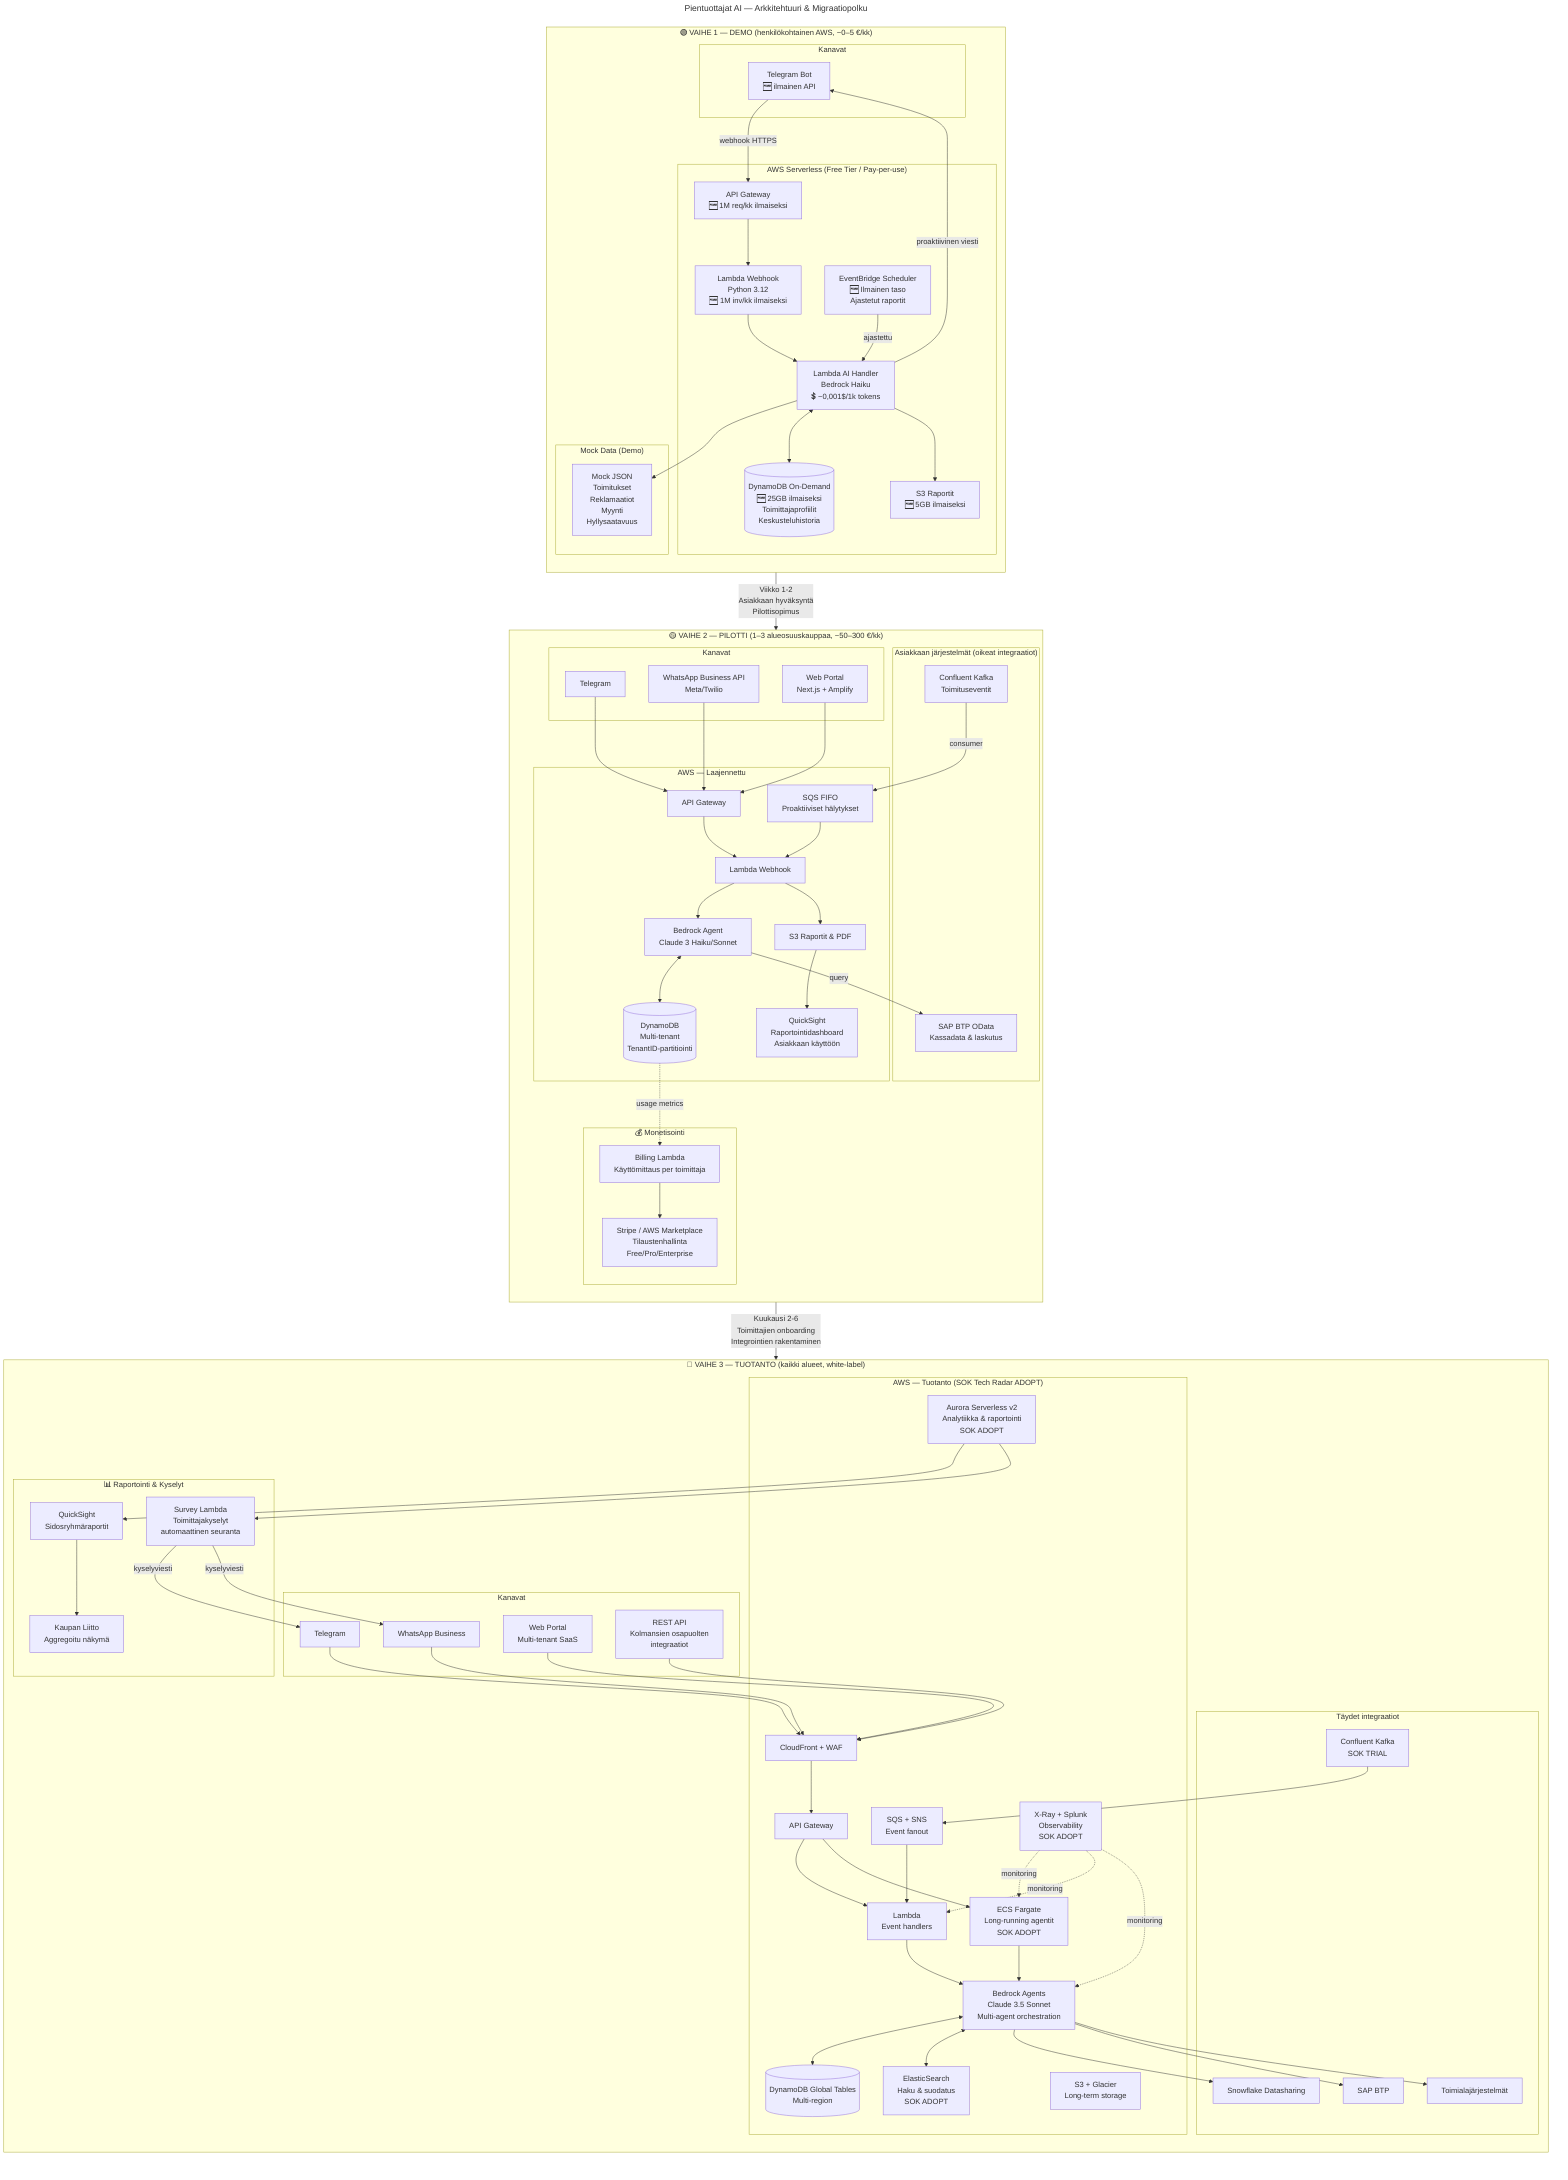
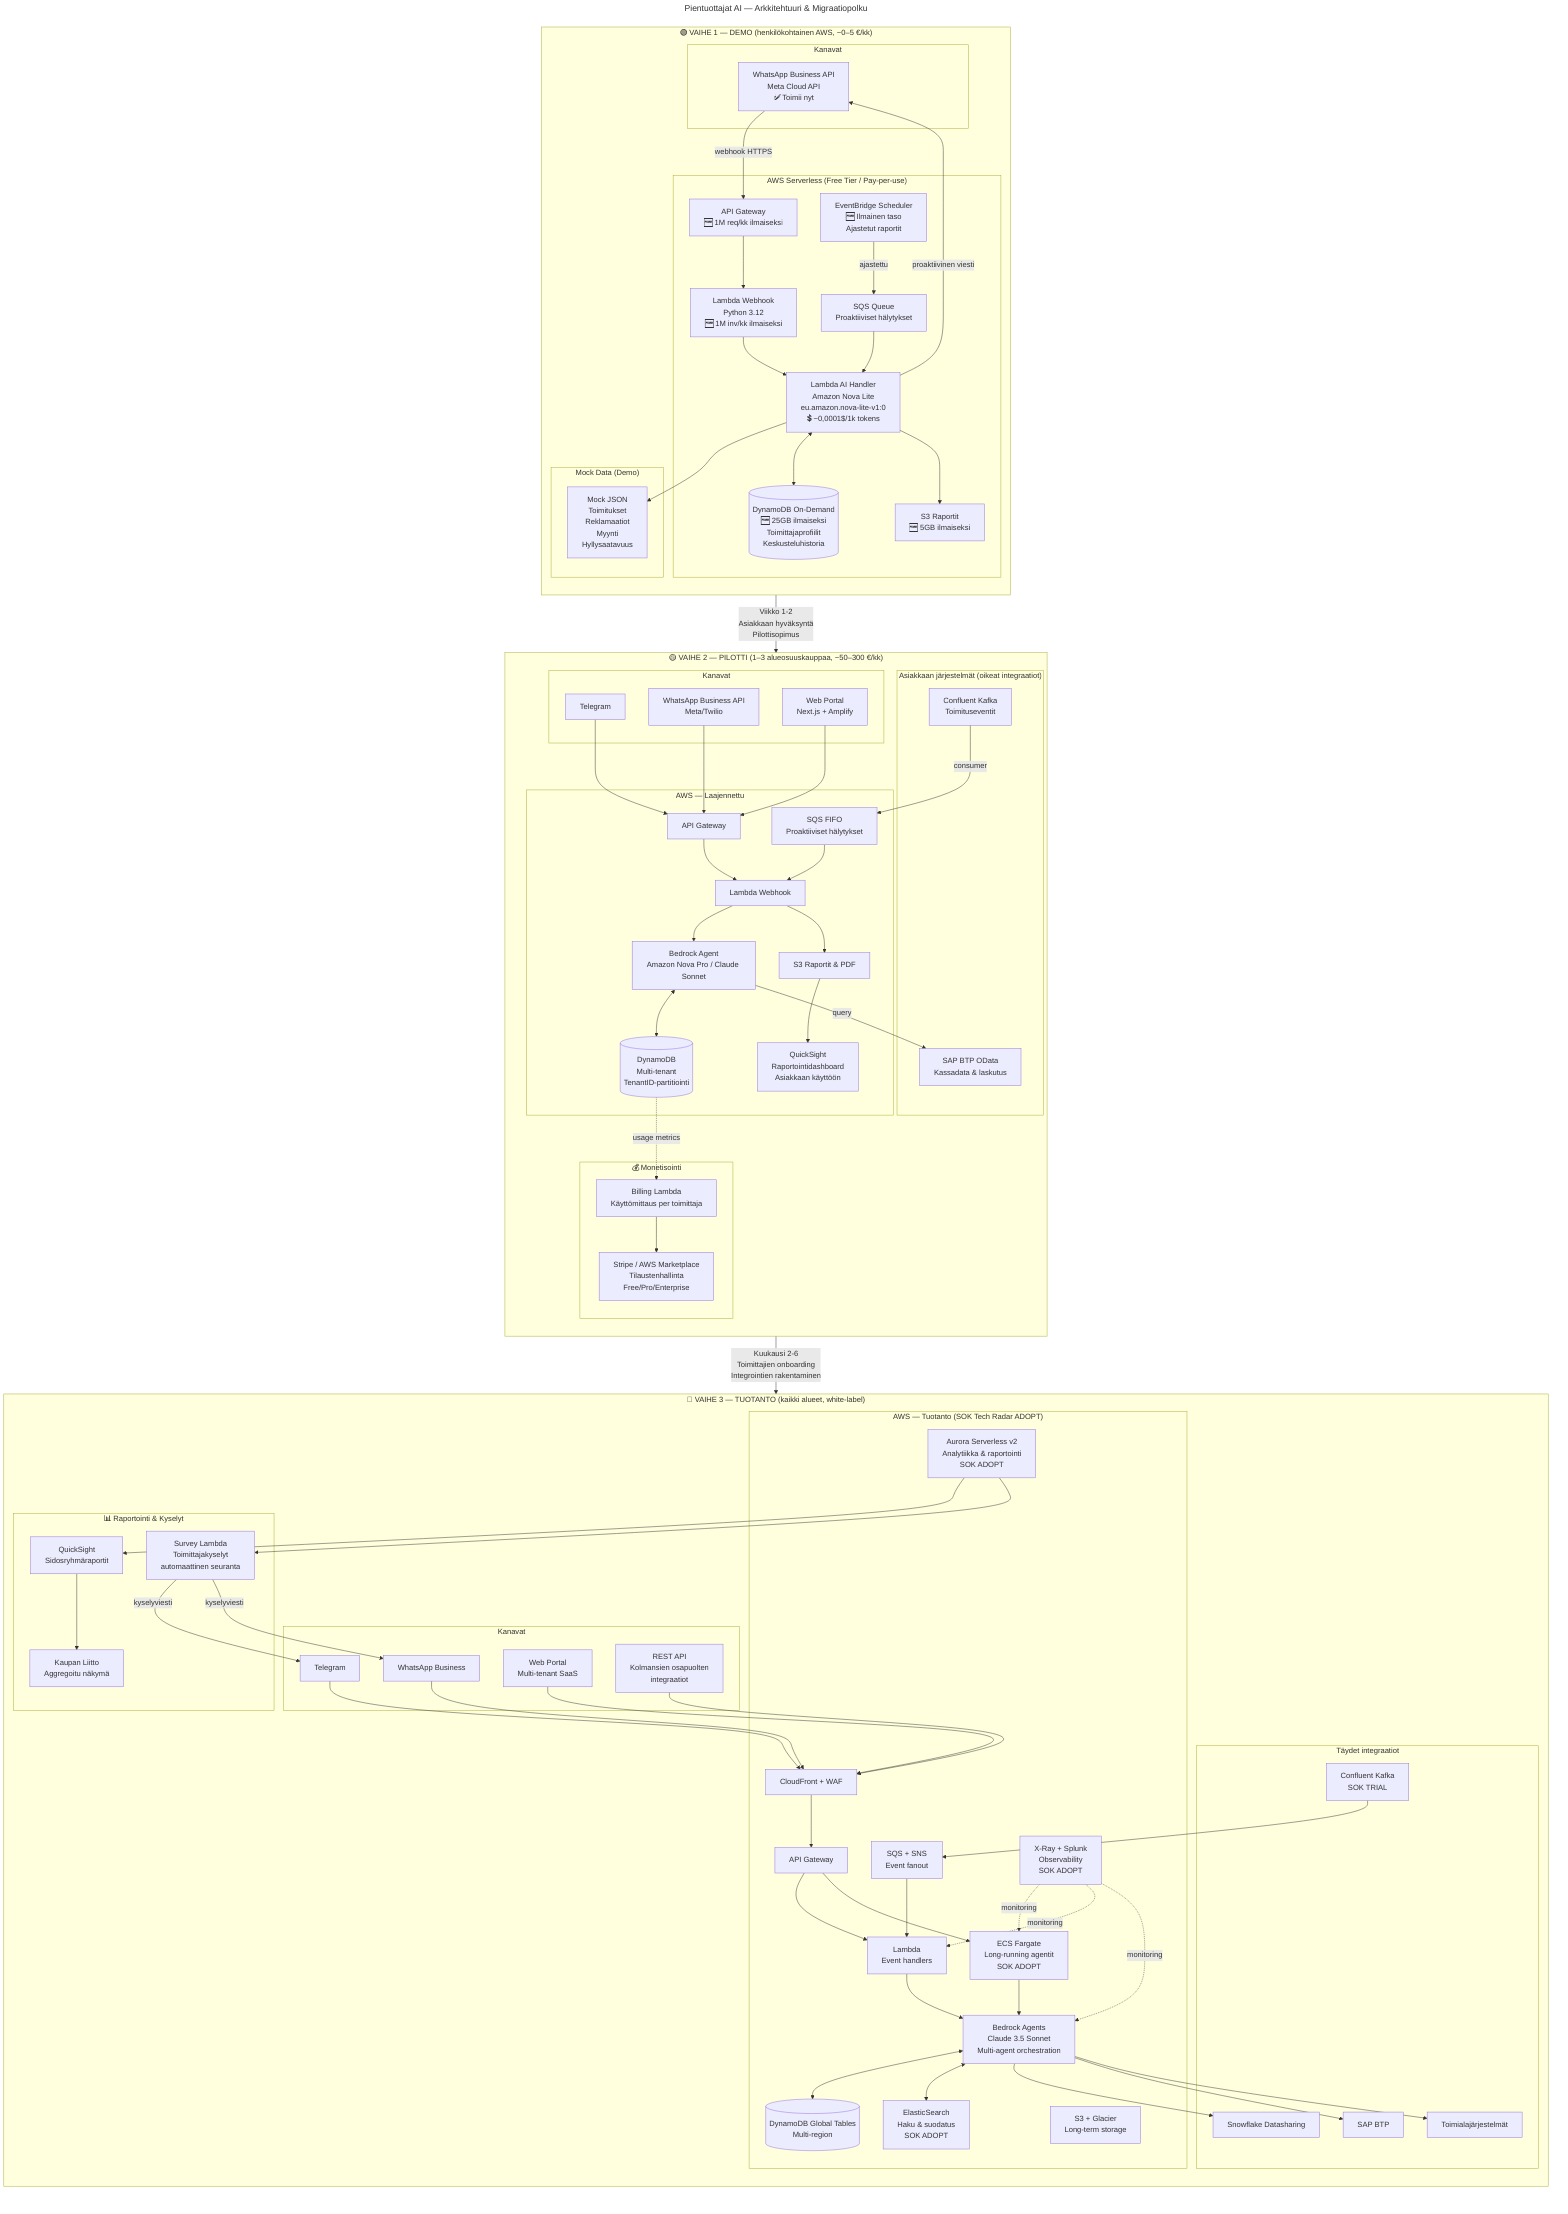
---
title: Pientuottajat AI — Arkkitehtuuri & Migraatiopolku
---
flowchart TB

    %% ══════════════════════════════════════════════════════════════
    %% VAIHE 1: DEMO (omat kustannukset ~0-5 €/kk)
    %% ══════════════════════════════════════════════════════════════
    subgraph DEMO["🟢 VAIHE 1 — DEMO  (henkilökohtainen AWS, ~0–5 €/kk)"]
        direction TB

        subgraph CH1["Kanavat"]
-             TG[Telegram Bot\n🆓 ilmainen API]
+             WA1[WhatsApp Business API\nMeta Cloud API\n✅ Toimii nyt]
        end

        subgraph AWS1["AWS Serverless (Free Tier / Pay-per-use)"]
            APIGW1[API Gateway\n🆓 1M req/kk ilmaiseksi]
            LBD1[Lambda Webhook\nPython 3.12\n🆓 1M inv/kk ilmaiseksi]
-             LBD_HAIKU[Lambda AI Handler\nBedrock Haiku\n💲 ~0,001$/1k tokens]
+             LBD_NOVA[Lambda AI Handler\nAmazon Nova Lite\neu.amazon.nova-lite-v1:0\n💲 ~0,0001$/1k tokens]
            DDB1[(DynamoDB On-Demand\n🆓 25GB ilmaiseksi\nToimittajaprofiilit\nKeskusteluhistoria)]
+             SQS1[SQS Queue\nProaktiiviset hälytykset]
            S3_1[S3 Raportit\n🆓 5GB ilmaiseksi]
            EVB[EventBridge Scheduler\n🆓 Ilmainen taso\nAjastetut raportit]
        end

        subgraph MOCK["Mock Data (Demo)"]
            MOCKDATA[Mock JSON\nToimitukset\nReklamaatiot\nMyynti\nHyllysaatavuus]
        end

-         TG -->|webhook HTTPS| APIGW1
+         WA1 -->|webhook HTTPS| APIGW1
        APIGW1 --> LBD1
-         LBD1 --> LBD_HAIKU
-         LBD_HAIKU <--> DDB1
-         LBD_HAIKU --> MOCKDATA
-         EVB -->|ajastettu| LBD_HAIKU
-         LBD_HAIKU --> S3_1
-         LBD_HAIKU -->|proaktiivinen viesti| TG
+         LBD1 --> LBD_NOVA
+         LBD_NOVA <--> DDB1
+         LBD_NOVA --> MOCKDATA
+         EVB -->|ajastettu| SQS1 --> LBD_NOVA
+         LBD_NOVA --> S3_1
+         LBD_NOVA -->|proaktiivinen viesti| WA1
    end

    %% ══════════════════════════════════════════════════════════════
    %% VAIHE 2: PILOTTI (asiakaslaskutus alkaa, ~50-300 €/kk)
    %% ══════════════════════════════════════════════════════════════
    subgraph PILOTTI["🟡 VAIHE 2 — PILOTTI  (1–3 alueosuuskauppaa, ~50–300 €/kk)"]
        direction TB

        subgraph CH2["Kanavat"]
            TG2[Telegram]
            WA2[WhatsApp Business API\nMeta/Twilio]
            WEB2[Web Portal\nNext.js + Amplify]
        end

        subgraph AWS2["AWS — Laajennettu"]
            APIGW2[API Gateway]
            LBD2[Lambda Webhook]
-             BEDROCK2[Bedrock Agent\nClaude 3 Haiku/Sonnet]
+             BEDROCK2[Bedrock Agent\nAmazon Nova Pro / Claude Sonnet]
            DDB2[(DynamoDB\nMulti-tenant\nTenantID-partitiointi)]
            SQS2[SQS FIFO\nProaktiiviset hälytykset]
            S3_2[S3 Raportit & PDF]
            QB[QuickSight\nRaportointidashboard\nAsiakkaan käyttöön]
        end

        subgraph INT2["Asiakkaan järjestelmät (oikeat integraatiot)"]
            KAFKA2[Confluent Kafka\nToimituseventit]
            SAP2[SAP BTP OData\nKassadata & laskutus]
        end

        subgraph MON["💰 Monetisointi"]
            STRIPE[Stripe / AWS Marketplace\nTilaustenhallinta\nFree/Pro/Enterprise]
            BILLING[Billing Lambda\nKäyttömittaus per toimittaja]
        end

        TG2 & WA2 & WEB2 --> APIGW2
        APIGW2 --> LBD2 --> BEDROCK2
        BEDROCK2 <--> DDB2
        KAFKA2 -->|consumer| SQS2 --> LBD2
        BEDROCK2 -->|query| SAP2
        LBD2 --> S3_2
        S3_2 --> QB
        BILLING --> STRIPE
        DDB2 -.->|usage metrics| BILLING
    end

    %% ══════════════════════════════════════════════════════════════
    %% VAIHE 3: TUOTANTO (täysi skaalaus)
    %% ══════════════════════════════════════════════════════════════
    subgraph TUOTANTO["🔵 VAIHE 3 — TUOTANTO  (kaikki alueet, white-label)"]
        direction TB

        subgraph CH3["Kanavat"]
            TG3[Telegram]
            WA3[WhatsApp Business]
            WEB3[Web Portal\nMulti-tenant SaaS]
            API3[REST API\nKolmansien osapuolten\nintegraatiot]
        end

        subgraph AWS3["AWS — Tuotanto (SOK Tech Radar ADOPT)"]
            CF[CloudFront + WAF]
            APIGW3[API Gateway]
            ECS[ECS Fargate\nLong-running agentit\nSOK ADOPT]
            LBD3[Lambda\nEvent handlers]
            BEDROCK3[Bedrock Agents\nClaude 3.5 Sonnet\nMulti-agent orchestration]
            DDB3[(DynamoDB Global Tables\nMulti-region)]
            AURORA[Aurora Serverless v2\nAnalytiikka & raportointi\nSOK ADOPT]
            ELASTIC[ElasticSearch\nHaku & suodatus\nSOK ADOPT]
            SQS3[SQS + SNS\nEvent fanout]
            S3_3[S3 + Glacier\nLong-term storage]
            XRAY[X-Ray + Splunk\nObservability\nSOK ADOPT]
        end

        subgraph INT3["Täydet integraatiot"]
            KAFKA3[Confluent Kafka\nSOK TRIAL]
            SNOW[Snowflake Datasharing]
            SAP3[SAP BTP]
            LEGACY3[Toimialajärjestelmät]
        end

        subgraph REPORT["📊 Raportointi & Kyselyt"]
            QS[QuickSight\nSidosryhmäraportit]
            SURVEY[Survey Lambda\nToimittajakyselyt\nautomaattinen seuranta]
            KAUPPA[Kaupan Liitto\nAggregoitu näkymä]
        end

        CF --> APIGW3
        TG3 & WA3 & WEB3 & API3 --> CF
        APIGW3 --> LBD3 & ECS
        ECS & LBD3 --> BEDROCK3
        BEDROCK3 <--> DDB3 & ELASTIC
        KAFKA3 --> SQS3 --> LBD3
        BEDROCK3 --> SNOW & SAP3 & LEGACY3
        AURORA --> QS & SURVEY
        SURVEY -->|kyselyviesti| TG3 & WA3
        QS --> KAUPPA
        XRAY -.->|monitoring| ECS & LBD3 & BEDROCK3
    end

    %% ══════════════════════════════════════════════════════════════
    %% MIGRAATIOPOLKU
    %% ══════════════════════════════════════════════════════════════
    DEMO -->|"Viikko 1-2\nAsiakkaan hyväksyntä\nPilottisopimus"| PILOTTI
    PILOTTI -->|"Kuukausi 2-6\nToimittajien onboarding\nIntegrointien rakentaminen"| TUOTANTO
